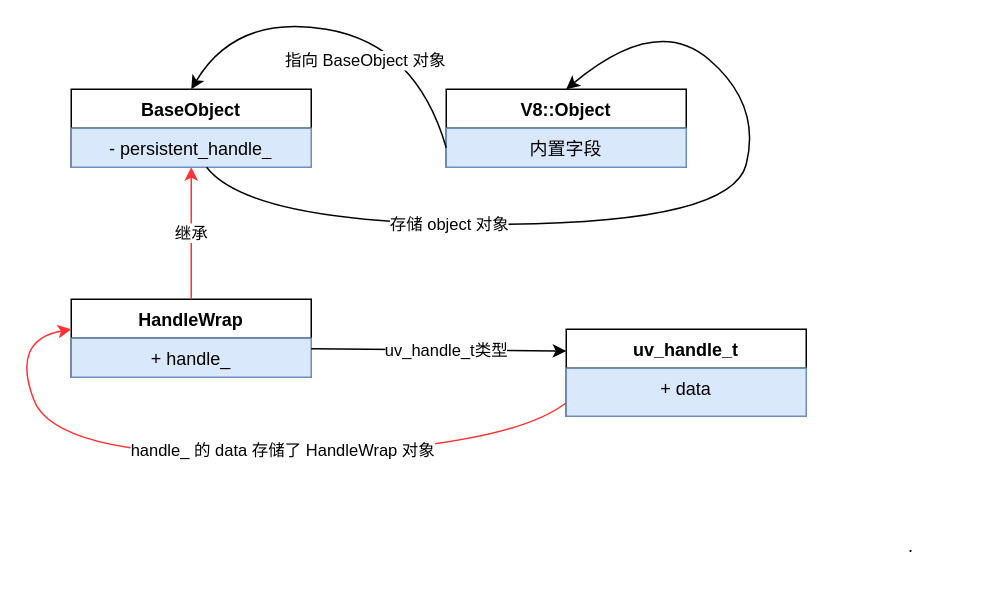
Before: node源码/流程图/Node.js中JS、C++层、libuv的交互/HandleWrap类.drawio in sinkhaha/my-study-note, a draw.io diagram. Source tidied: cells renumbered, new cells numbered last; positions are measured from the earlier drawing's top-left corner, leaving out a move shared by most shapes. Both pictures are drawn from the tidied source at 150%, with x=0, y=0 at pixel (10, 14).
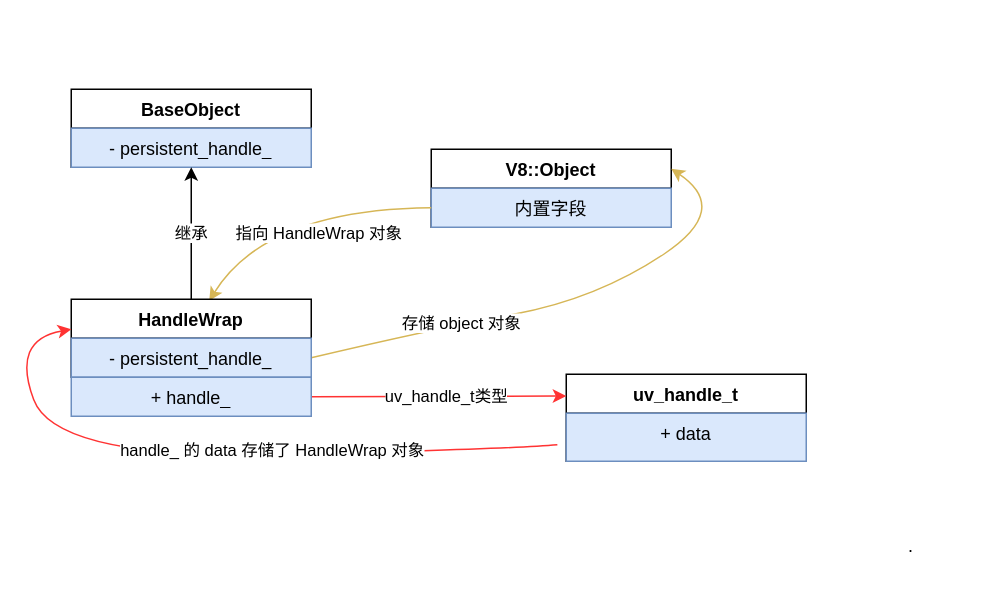
The same page after the edit.

The change refers to these unchanged cells:
```xml
<mxCell id="2" value="BaseObject" style="swimlane;fontStyle=1;align=center;verticalAlign=top;horizontal=1;startSize=26;whiteSpace=wrap;html=1;" parent="1" vertex="1">
  <mxGeometry x="40" y="50" width="160" height="52" as="geometry" />
</mxCell>
<mxCell id="3" value="-&amp;nbsp;persistent_handle_" style="text;strokeColor=#6c8ebf;fillColor=#dae8fc;align=center;verticalAlign=top;spacingLeft=4;spacingRight=4;overflow=hidden;points=[[0,0.5],[1,0.5]];portConstraint=eastwest;whiteSpace=wrap;html=1;" parent="2" vertex="1">
  <mxGeometry y="26" width="160" height="26" as="geometry" />
</mxCell>
<mxCell id="5" value="内置字段" style="text;strokeColor=#6c8ebf;fillColor=#dae8fc;align=center;verticalAlign=top;spacingLeft=4;spacingRight=4;overflow=hidden;points=[[0,0.5],[1,0.5]];portConstraint=eastwest;whiteSpace=wrap;html=1;" parent="4" vertex="1">
  <mxGeometry y="26" width="160" height="26" as="geometry" />
</mxCell>
<mxCell id="10" value="HandleWrap" style="swimlane;fontStyle=1;align=center;verticalAlign=top;horizontal=1;startSize=26;whiteSpace=wrap;html=1;" parent="1" vertex="1">
  <mxGeometry x="40" y="190" width="160" height="52" as="geometry" />
</mxCell>
<mxCell id="14" value="+ data" style="text;strokeColor=#6c8ebf;fillColor=#dae8fc;align=center;verticalAlign=top;spacingLeft=4;spacingRight=4;overflow=hidden;points=[[0,0.5],[1,0.5]];portConstraint=eastwest;whiteSpace=wrap;html=1;" parent="13" vertex="1">
  <mxGeometry y="26" width="160" height="32" as="geometry" />
</mxCell>
```

Change to the diagram source:
```diff
@@
     <mxCell id="4" value="V8::Object" style="swimlane;fontStyle=1;align=center;verticalAlign=top;horizontal=1;startSize=26;whiteSpace=wrap;html=1;" parent="1" vertex="1">
-      <mxGeometry x="290" y="50" width="160" height="52" as="geometry" />
+      <mxGeometry x="280" y="90" width="160" height="52" as="geometry" />
     </mxCell>
@@
-    <mxCell id="6" style="curved=1;endArrow=classic;html=1;rounded=0;entryX=0.5;entryY=0;entryDx=0;entryDy=0;" parent="1" edge="1" source="3" target="4">
+    <mxCell id="6" style="curved=1;endArrow=classic;html=1;rounded=0;entryX=1;entryY=0.25;entryDx=0;entryDy=0;exitX=1;exitY=0.5;exitDx=0;exitDy=0;fillColor=#fff2cc;strokeColor=#d6b656;" parent="1" edge="1" source="11" target="4">
       <mxGeometry relative="1" as="geometry">
         <Array as="points">
-          <mxPoint x="160" y="140" />
-          <mxPoint x="480" y="140" />
-          <mxPoint x="500" y="60" />
-          <mxPoint x="430" />
+          <mxPoint x="280" y="210" />
+          <mxPoint x="390" y="190" />
+          <mxPoint x="480" y="130" />
         </Array>
       </mxGeometry>
     </mxCell>
@@
-    <mxCell id="8" style="curved=1;endArrow=classic;html=1;rounded=0;exitX=0;exitY=0.5;exitDx=0;exitDy=0;entryX=0.5;entryY=0;entryDx=0;entryDy=0;" parent="1" edge="1" source="5" target="2">
+    <mxCell id="8" style="curved=1;endArrow=classic;html=1;rounded=0;exitX=0;exitY=0.5;exitDx=0;exitDy=0;entryX=0.575;entryY=0.019;entryDx=0;entryDy=0;entryPerimeter=0;fillColor=#fff2cc;strokeColor=#d6b656;" parent="1" edge="1" source="5" target="10">
       <mxGeometry relative="1" as="geometry">
         <Array as="points">
-          <mxPoint x="270" y="20" />
-          <mxPoint x="150" />
+          <mxPoint x="170" y="130" />
         </Array>
       </mxGeometry>
     </mxCell>
-    <mxCell id="9" value="指向 BaseObject 对象" style="edgeLabel;html=1;align=center;verticalAlign=middle;" parent="8" vertex="1">
+    <mxCell id="9" value="指向 HandleWrap 对象" style="edgeLabel;html=1;align=center;verticalAlign=middle;" parent="8" vertex="1">
       <mxGeometry x="-0.16" y="6" relative="1" as="geometry">
         <mxPoint y="10" as="offset" />
       </mxGeometry>
     </mxCell>
@@
-    <mxCell id="11" value="+ handle_&lt;br&gt;&amp;nbsp;" style="text;strokeColor=#6c8ebf;fillColor=#dae8fc;align=center;verticalAlign=top;spacingLeft=4;spacingRight=4;overflow=hidden;points=[[0,0.5],[1,0.5]];portConstraint=eastwest;whiteSpace=wrap;html=1;" parent="10" vertex="1">
+    <mxCell id="11" value="- persistent_handle_&lt;br style=&quot;border-color: var(--border-color);&quot;&gt;&amp;nbsp;" style="text;strokeColor=#6c8ebf;fillColor=#dae8fc;align=center;verticalAlign=top;spacingLeft=4;spacingRight=4;overflow=hidden;points=[[0,0.5],[1,0.5]];portConstraint=eastwest;whiteSpace=wrap;html=1;" parent="10" vertex="1">
       <mxGeometry y="26" width="160" height="26" as="geometry" />
     </mxCell>
-    <mxCell id="12" value="继承" style="endArrow=classic;html=1;rounded=0;entryX=0.5;entryY=1;entryDx=0;entryDy=0;exitX=0.5;exitY=0;exitDx=0;exitDy=0;strokeColor=#FF3333;" parent="1" edge="1" source="10" target="2">
+    <mxCell id="12" value="继承" style="endArrow=classic;html=1;rounded=0;entryX=0.5;entryY=1;entryDx=0;entryDy=0;exitX=0.5;exitY=0;exitDx=0;exitDy=0;strokeColor=#000000;" parent="1" edge="1" source="10" target="2">
       <mxGeometry relative="1" as="geometry" />
     </mxCell>
     <mxCell id="13" value="uv_handle_t" style="swimlane;fontStyle=1;align=center;verticalAlign=top;horizontal=1;startSize=26;whiteSpace=wrap;html=1;" parent="1" vertex="1">
-      <mxGeometry x="370" y="210" width="160" height="58" as="geometry" />
+      <mxGeometry x="370" y="240" width="160" height="58" as="geometry" />
     </mxCell>
@@
-    <mxCell id="15" style="endArrow=classic;html=1;rounded=0;exitX=1;exitY=0.269;exitDx=0;exitDy=0;exitPerimeter=0;entryX=0;entryY=0.25;entryDx=0;entryDy=0;" parent="1" edge="1" source="11" target="13">
+    <mxCell id="15" style="endArrow=classic;html=1;rounded=0;exitX=1;exitY=0.5;exitDx=0;exitDy=0;entryX=0;entryY=0.25;entryDx=0;entryDy=0;strokeColor=#FF3333;" parent="1" edge="1" source="20" target="13">
       <mxGeometry relative="1" as="geometry" />
     </mxCell>
@@
-    <mxCell id="17" style="curved=1;endArrow=classic;html=1;rounded=0;exitX=0;exitY=0.5;exitDx=0;exitDy=0;entryX=0;entryY=0.25;entryDx=0;entryDy=0;strokeColor=#FF3333;" parent="1" edge="1">
+    <mxCell id="17" style="curved=1;endArrow=classic;html=1;rounded=0;exitX=-0.037;exitY=0.656;exitDx=0;exitDy=0;entryX=0;entryY=0.25;entryDx=0;entryDy=0;strokeColor=#FF3333;exitPerimeter=0;" parent="1" edge="1" source="14">
       <mxGeometry relative="1" as="geometry">
-        <mxPoint x="370" y="259" as="sourcePoint" />
         <mxPoint x="40" y="210" as="targetPoint" />
         <Array as="points">
           <mxPoint x="330" y="290" />
           <mxPoint x="30" y="297" />
           <mxPoint y="217" />
         </Array>
       </mxGeometry>
     </mxCell>
@@
+    <mxCell id="20" value="+ handle_" style="text;strokeColor=#6c8ebf;fillColor=#dae8fc;align=center;verticalAlign=top;spacingLeft=4;spacingRight=4;overflow=hidden;points=[[0,0.5],[1,0.5]];portConstraint=eastwest;whiteSpace=wrap;html=1;" parent="1" vertex="1">
+      <mxGeometry x="40" y="242" width="160" height="26" as="geometry" />
+    </mxCell>
```
